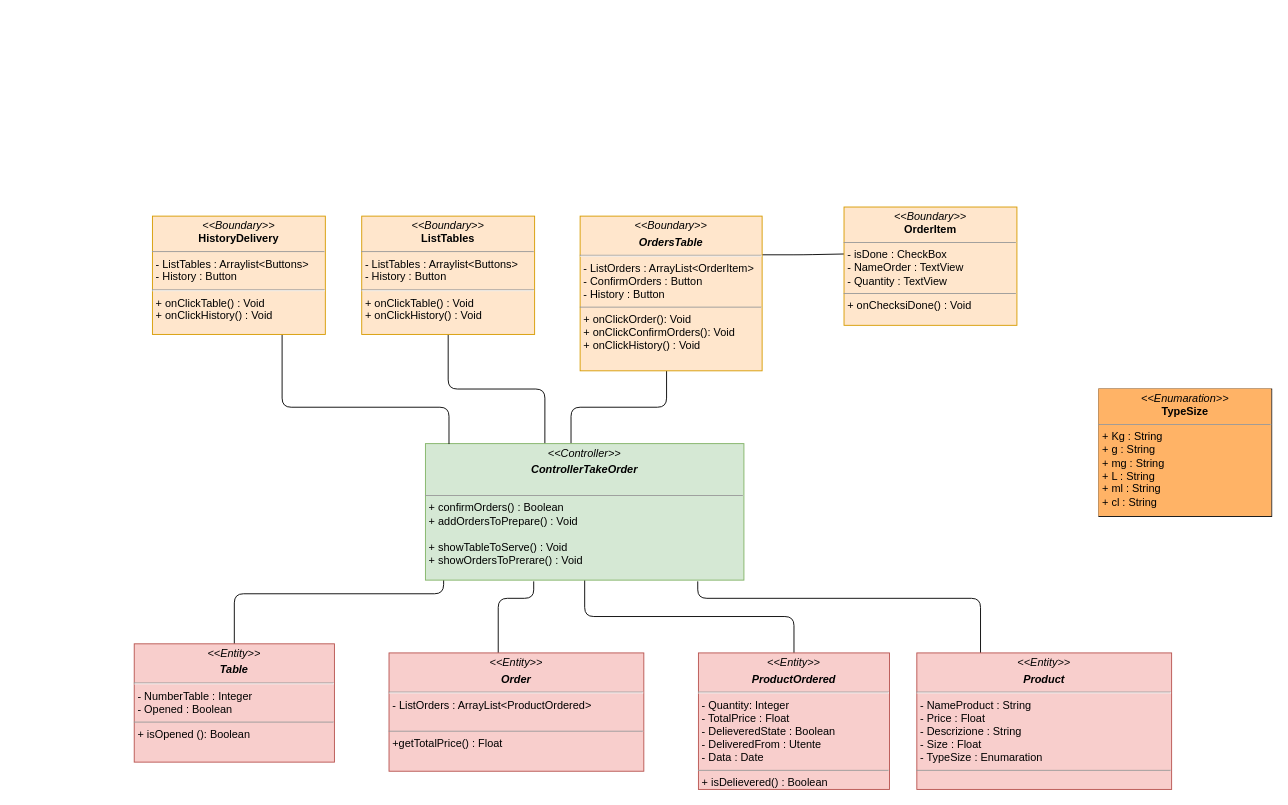
Before: page "Visualizza Cambia Stato Ordini" (7 of 8) of Documentazione/Class Diagram/Class Diagram.drawio in Chriss1618/ProgettoINGSW, a draw.io diagram. Source tidied: cells renumbered, new cells numbered last; positions are measured from the earlier drawing's top-left corner, leaving out a move shared by most shapes. Both pictures are drawn from the tidied source at 91%, with x=0, y=0 at pixel (134, 207).
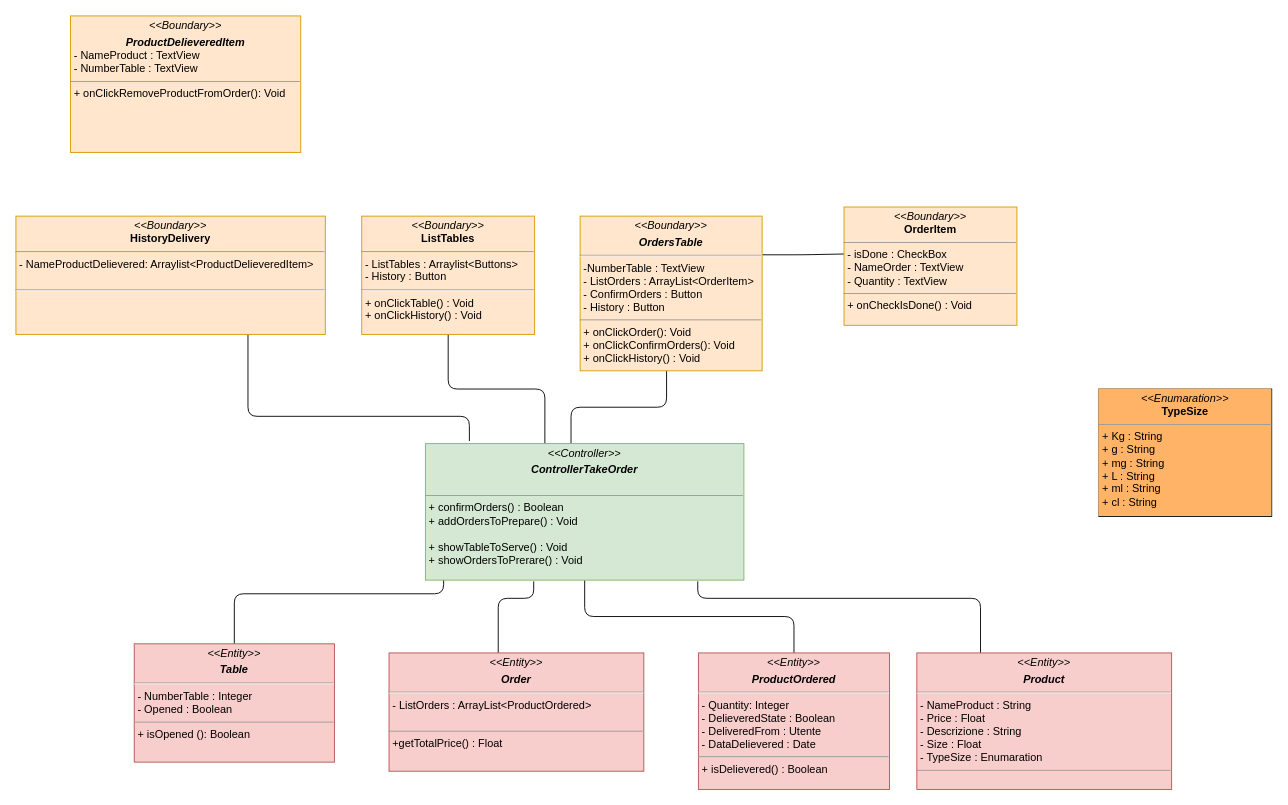
The same diagram, later.

Unchanged cells that the change refers to:
```xml
<mxCell id="9" value="&lt;p style=&quot;margin:0px;margin-top:4px;text-align:center;&quot;&gt;&lt;i&gt;&amp;lt;&amp;lt;Controller&amp;gt;&amp;gt;&lt;/i&gt;&lt;br&gt;&lt;/p&gt;&lt;p style=&quot;margin:0px;margin-top:4px;text-align:center;&quot;&gt;&lt;i&gt;&lt;b&gt;ControllerTakeOrder&lt;/b&gt;&lt;/i&gt;&lt;/p&gt;&lt;br&gt;&lt;hr size=&quot;1&quot;&gt;&lt;p style=&quot;margin:0px;margin-left:4px;&quot;&gt;+ confirmOrders() : Boolean&lt;br&gt;&lt;/p&gt;&lt;p style=&quot;margin:0px;margin-left:4px;&quot;&gt;+ addOrdersToPrepare() : Void&lt;/p&gt;&lt;p style=&quot;margin:0px;margin-left:4px;&quot;&gt;&lt;br&gt;&lt;/p&gt;&lt;p style=&quot;margin:0px;margin-left:4px;&quot;&gt;+ showTableToServe() : Void&lt;/p&gt;&lt;p style=&quot;margin:0px;margin-left:4px;&quot;&gt;+ showOrdersToPrerare() : Void&lt;/p&gt;" style="verticalAlign=top;align=left;overflow=fill;fontSize=12;fontFamily=Helvetica;html=1;fillColor=#d5e8d4;strokeColor=#82b366;" parent="1" vertex="1">
  <mxGeometry x="320" y="260" width="350" height="150" as="geometry" />
</mxCell>
```

The edit, as a diff of the source:
```diff
@@
-    <mxCell id="6" value="&lt;p style=&quot;margin:0px;margin-top:4px;text-align:center;&quot;&gt;&lt;i&gt;&amp;lt;&amp;lt;Boundary&amp;gt;&amp;gt;&lt;/i&gt;&lt;br&gt;&lt;/p&gt;&lt;p style=&quot;margin:0px;margin-top:4px;text-align:center;&quot;&gt;&lt;i&gt;&lt;b&gt;OrdersTable&lt;/b&gt;&lt;/i&gt;&lt;/p&gt;&lt;hr&gt;&lt;p style=&quot;margin:0px;margin-left:4px;&quot;&gt;- ListOrders : ArrayList&amp;lt;OrderItem&amp;gt;&lt;/p&gt;&lt;p style=&quot;margin:0px;margin-left:4px;&quot;&gt;- ConfirmOrders : Button&lt;/p&gt;&lt;p style=&quot;margin:0px;margin-left:4px;&quot;&gt;- History : Button&lt;br&gt;&lt;/p&gt;&lt;hr size=&quot;1&quot;&gt;&lt;p style=&quot;margin:0px;margin-left:4px;&quot;&gt;+ onClickOrder(): Void&lt;br&gt;&lt;/p&gt;&lt;p style=&quot;margin:0px;margin-left:4px;&quot;&gt;+ onClickConfirmOrders(): Void&lt;br&gt;&lt;/p&gt;&lt;p style=&quot;margin:0px;margin-left:4px;&quot;&gt;+ onClickHistory() : Void&lt;br&gt;&lt;/p&gt;" style="verticalAlign=top;align=left;overflow=fill;fontSize=12;fontFamily=Helvetica;html=1;fillColor=#ffe6cc;strokeColor=#d79b00;" parent="1" vertex="1">
+    <mxCell id="6" value="&lt;p style=&quot;margin:0px;margin-top:4px;text-align:center;&quot;&gt;&lt;i&gt;&amp;lt;&amp;lt;Boundary&amp;gt;&amp;gt;&lt;/i&gt;&lt;br&gt;&lt;/p&gt;&lt;p style=&quot;margin:0px;margin-top:4px;text-align:center;&quot;&gt;&lt;i&gt;&lt;b&gt;OrdersTable&lt;/b&gt;&lt;/i&gt;&lt;/p&gt;&lt;hr&gt;&lt;p style=&quot;margin:0px;margin-left:4px;&quot;&gt;-NumberTable : TextView&lt;/p&gt;&lt;p style=&quot;margin:0px;margin-left:4px;&quot;&gt;- ListOrders : ArrayList&amp;lt;OrderItem&amp;gt;&lt;/p&gt;&lt;p style=&quot;margin:0px;margin-left:4px;&quot;&gt;- ConfirmOrders : Button&lt;/p&gt;&lt;p style=&quot;margin:0px;margin-left:4px;&quot;&gt;- History : Button&lt;br&gt;&lt;/p&gt;&lt;hr size=&quot;1&quot;&gt;&lt;p style=&quot;margin:0px;margin-left:4px;&quot;&gt;+ onClickOrder(): Void&lt;br&gt;&lt;/p&gt;&lt;p style=&quot;margin:0px;margin-left:4px;&quot;&gt;+ onClickConfirmOrders(): Void&lt;br&gt;&lt;/p&gt;&lt;p style=&quot;margin:0px;margin-left:4px;&quot;&gt;+ onClickHistory() : Void&lt;br&gt;&lt;/p&gt;" style="verticalAlign=top;align=left;overflow=fill;fontSize=12;fontFamily=Helvetica;html=1;fillColor=#ffe6cc;strokeColor=#d79b00;" parent="1" vertex="1">
       <mxGeometry x="490" y="10" width="200" height="170" as="geometry" />
     </mxCell>
@@
-    <mxCell id="16" value="&lt;p style=&quot;margin:0px;margin-top:4px;text-align:center;&quot;&gt;&lt;i&gt;&amp;lt;&amp;lt;Entity&amp;gt;&amp;gt;&lt;/i&gt;&lt;br&gt;&lt;/p&gt;&lt;p style=&quot;margin:0px;margin-top:4px;text-align:center;&quot;&gt;&lt;b&gt;&lt;i&gt;ProductOrdered&lt;/i&gt;&lt;/b&gt;&lt;/p&gt;&lt;hr&gt;&lt;p style=&quot;margin:0px;margin-left:4px;&quot;&gt;- Quantity: Integer&lt;/p&gt;&lt;p style=&quot;margin:0px;margin-left:4px;&quot;&gt;- TotalPrice : Float&lt;/p&gt;&lt;p style=&quot;margin:0px;margin-left:4px;&quot;&gt;- DelieveredState : Boolean&lt;/p&gt;&lt;p style=&quot;margin:0px;margin-left:4px;&quot;&gt;- DeliveredFrom : Utente&lt;/p&gt;&lt;p style=&quot;margin:0px;margin-left:4px;&quot;&gt;- Data : Date&lt;/p&gt;&lt;hr size=&quot;1&quot;&gt;&lt;p style=&quot;margin:0px;margin-left:4px;&quot;&gt;+ isDelievered() : Boolean&lt;br&gt;&lt;/p&gt;" style="verticalAlign=top;align=left;overflow=fill;fontSize=12;fontFamily=Helvetica;html=1;fillColor=#f8cecc;strokeColor=#b85450;" parent="1" vertex="1">
+    <mxCell id="16" value="&lt;p style=&quot;margin:0px;margin-top:4px;text-align:center;&quot;&gt;&lt;i&gt;&amp;lt;&amp;lt;Entity&amp;gt;&amp;gt;&lt;/i&gt;&lt;br&gt;&lt;/p&gt;&lt;p style=&quot;margin:0px;margin-top:4px;text-align:center;&quot;&gt;&lt;b&gt;&lt;i&gt;ProductOrdered&lt;/i&gt;&lt;/b&gt;&lt;/p&gt;&lt;hr&gt;&lt;p style=&quot;margin:0px;margin-left:4px;&quot;&gt;- Quantity: Integer&lt;/p&gt;&lt;p style=&quot;margin:0px;margin-left:4px;&quot;&gt;- DelieveredState : Boolean&lt;/p&gt;&lt;p style=&quot;margin:0px;margin-left:4px;&quot;&gt;- DeliveredFrom : Utente&lt;/p&gt;&lt;p style=&quot;margin:0px;margin-left:4px;&quot;&gt;- DataDelievered : Date&lt;/p&gt;&lt;hr size=&quot;1&quot;&gt;&lt;p style=&quot;margin:0px;margin-left:4px;&quot;&gt;+ isDelievered() : Boolean&lt;br&gt;&lt;/p&gt;" style="verticalAlign=top;align=left;overflow=fill;fontSize=12;fontFamily=Helvetica;html=1;fillColor=#f8cecc;strokeColor=#b85450;" parent="1" vertex="1">
       <mxGeometry x="620" y="490" width="210" height="150" as="geometry" />
     </mxCell>
-    <mxCell id="17" value="&lt;p style=&quot;margin:0px;margin-top:4px;text-align:center;&quot;&gt;&lt;i&gt;&amp;lt;&amp;lt;Boundary&amp;gt;&amp;gt;&lt;/i&gt;&lt;br&gt;&lt;b&gt;OrderItem&lt;/b&gt;&lt;/p&gt;&lt;hr size=&quot;1&quot;&gt;&lt;p style=&quot;margin:0px;margin-left:4px;&quot;&gt;- isDone : CheckBox&lt;/p&gt;&lt;p style=&quot;margin:0px;margin-left:4px;&quot;&gt;- NameOrder : TextView&lt;br&gt;- Quantity : TextView&lt;/p&gt;&lt;hr size=&quot;1&quot;&gt;&lt;p style=&quot;margin:0px;margin-left:4px;&quot;&gt;+ onChecksiDone() : Void&lt;/p&gt;&lt;p style=&quot;margin:0px;margin-left:4px;&quot;&gt;&lt;br&gt;&lt;/p&gt;" style="verticalAlign=top;align=left;overflow=fill;fontSize=12;fontFamily=Helvetica;html=1;fillColor=#ffe6cc;strokeColor=#d79b00;" parent="1" vertex="1">
+    <mxCell id="17" value="&lt;p style=&quot;margin:0px;margin-top:4px;text-align:center;&quot;&gt;&lt;i&gt;&amp;lt;&amp;lt;Boundary&amp;gt;&amp;gt;&lt;/i&gt;&lt;br&gt;&lt;b&gt;OrderItem&lt;/b&gt;&lt;/p&gt;&lt;hr size=&quot;1&quot;&gt;&lt;p style=&quot;margin:0px;margin-left:4px;&quot;&gt;- isDone : CheckBox&lt;/p&gt;&lt;p style=&quot;margin:0px;margin-left:4px;&quot;&gt;- NameOrder : TextView&lt;br&gt;- Quantity : TextView&lt;/p&gt;&lt;hr size=&quot;1&quot;&gt;&lt;p style=&quot;margin:0px;margin-left:4px;&quot;&gt;+ onCheckIsDone() : Void&lt;/p&gt;&lt;p style=&quot;margin:0px;margin-left:4px;&quot;&gt;&lt;br&gt;&lt;/p&gt;" style="verticalAlign=top;align=left;overflow=fill;fontSize=12;fontFamily=Helvetica;html=1;fillColor=#ffe6cc;strokeColor=#d79b00;" parent="1" vertex="1">
       <mxGeometry x="780" width="190" height="130" as="geometry" />
     </mxCell>
-    <mxCell id="18" style="edgeStyle=orthogonalEdgeStyle;rounded=1;jettySize=auto;html=1;exitX=0.75;exitY=1;exitDx=0;exitDy=0;entryX=0.074;entryY=0.003;entryDx=0;entryDy=0;entryPerimeter=0;endArrow=none;endFill=0;" parent="1" edge="1" source="19" target="9">
+    <mxCell id="18" style="edgeStyle=orthogonalEdgeStyle;rounded=1;jettySize=auto;html=1;exitX=0.75;exitY=1;exitDx=0;exitDy=0;entryX=0.138;entryY=-0.019;entryDx=0;entryDy=0;entryPerimeter=0;endArrow=none;endFill=0;" parent="1" edge="1" source="19" target="9">
       <mxGeometry relative="1" as="geometry">
         <Array as="points">
-          <mxPoint x="163" y="220" />
-          <mxPoint x="346" y="220" />
+          <mxPoint x="125" y="230" />
+          <mxPoint x="368" y="230" />
         </Array>
       </mxGeometry>
     </mxCell>
-    <mxCell id="19" value="&lt;p style=&quot;margin:0px;margin-top:4px;text-align:center;&quot;&gt;&lt;i&gt;&amp;lt;&amp;lt;Boundary&amp;gt;&amp;gt;&lt;/i&gt;&lt;br&gt;&lt;b&gt;HistoryDelivery&lt;/b&gt;&lt;/p&gt;&lt;hr size=&quot;1&quot;&gt;&lt;p style=&quot;margin:0px;margin-left:4px;&quot;&gt;- ListTables : Arraylist&amp;lt;Buttons&amp;gt;&lt;br&gt;- History : Button&amp;nbsp;&lt;/p&gt;&lt;hr&gt;&lt;p style=&quot;margin:0px;margin-left:4px;&quot;&gt;&lt;/p&gt;&lt;p style=&quot;margin:0px;margin-left:4px;&quot;&gt;+ onClickTable() : Void&lt;br&gt;&lt;/p&gt;&lt;p style=&quot;margin:0px;margin-left:4px;&quot;&gt;+ onClickHistory() : Void&lt;/p&gt;" style="verticalAlign=top;align=left;overflow=fill;fontSize=12;fontFamily=Helvetica;html=1;fillColor=#ffe6cc;strokeColor=#d79b00;" parent="1" vertex="1">
-      <mxGeometry x="20" y="10" width="190" height="130" as="geometry" />
+    <mxCell id="19" value="&lt;p style=&quot;margin:0px;margin-top:4px;text-align:center;&quot;&gt;&lt;i&gt;&amp;lt;&amp;lt;Boundary&amp;gt;&amp;gt;&lt;/i&gt;&lt;br&gt;&lt;b&gt;HistoryDelivery&lt;/b&gt;&lt;/p&gt;&lt;hr size=&quot;1&quot;&gt;&lt;p style=&quot;margin:0px;margin-left:4px;&quot;&gt;- NameProductDelievered: Arraylist&amp;lt;ProductDelieveredItem&amp;gt;&lt;br&gt;&lt;br&gt;&lt;/p&gt;&lt;hr&gt;&lt;p style=&quot;margin:0px;margin-left:4px;&quot;&gt;&lt;/p&gt;&lt;p style=&quot;margin:0px;margin-left:4px;&quot;&gt;&lt;br&gt;&lt;/p&gt;" style="verticalAlign=top;align=left;overflow=fill;fontSize=12;fontFamily=Helvetica;html=1;fillColor=#ffe6cc;strokeColor=#d79b00;" parent="1" vertex="1">
+      <mxGeometry x="-130" y="10" width="340" height="130" as="geometry" />
     </mxCell>
+    <mxCell id="20" value="&lt;p style=&quot;margin:0px;margin-top:4px;text-align:center;&quot;&gt;&lt;i&gt;&amp;lt;&amp;lt;Boundary&amp;gt;&amp;gt;&lt;/i&gt;&lt;br&gt;&lt;/p&gt;&lt;p style=&quot;margin:0px;margin-top:4px;text-align:center;&quot;&gt;&lt;i&gt;&lt;b&gt;ProductDelieveredItem&lt;/b&gt;&lt;/i&gt;&lt;/p&gt;&lt;p style=&quot;margin:0px;margin-left:4px;&quot;&gt;&lt;span style=&quot;background-color: initial;&quot;&gt;- NameProduct : TextView&lt;/span&gt;&lt;/p&gt;&lt;p style=&quot;margin:0px;margin-left:4px;&quot;&gt;- NumberTable : TextView&lt;/p&gt;&lt;hr size=&quot;1&quot;&gt;&lt;p style=&quot;margin:0px;margin-left:4px;&quot;&gt;+ onClickRemoveProductFromOrder(): Void&lt;/p&gt;" style="verticalAlign=top;align=left;overflow=fill;fontSize=12;fontFamily=Helvetica;html=1;fillColor=#ffe6cc;strokeColor=#d79b00;" parent="1" vertex="1">
+      <mxGeometry x="-70" y="-210" width="253" height="150" as="geometry" />
+    </mxCell>
```
